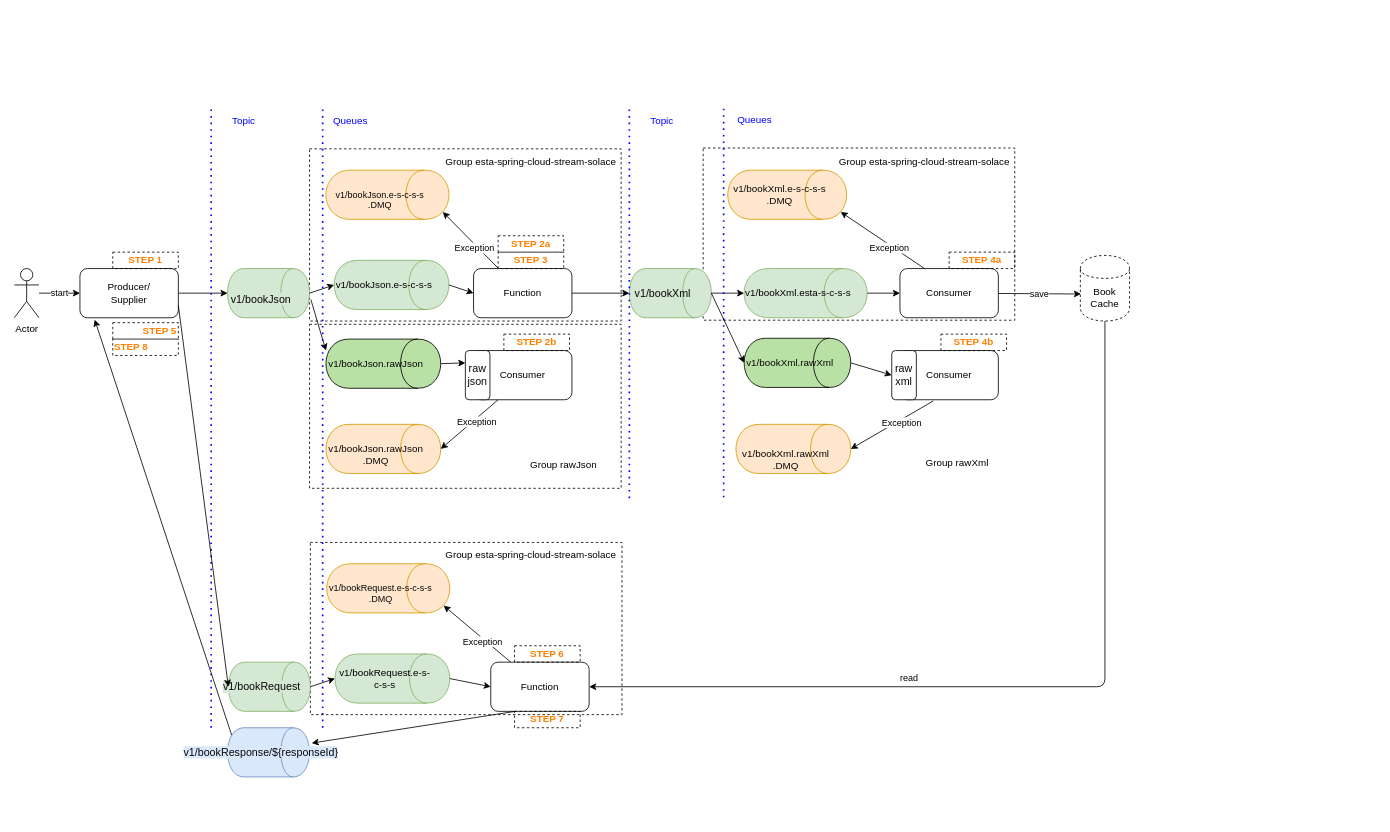
Earlier version of the draw.io diagram ApplicationOverview.drawio (kguelseven/esta-spring-cloud-stream). Source tidied: cells renumbered, new cells numbered last; positions are measured from the earlier drawing's top-left corner, leaving out a move shared by most shapes. Both pictures are drawn from the tidied source at 82%, with x=0, y=0 at pixel (14, 103).
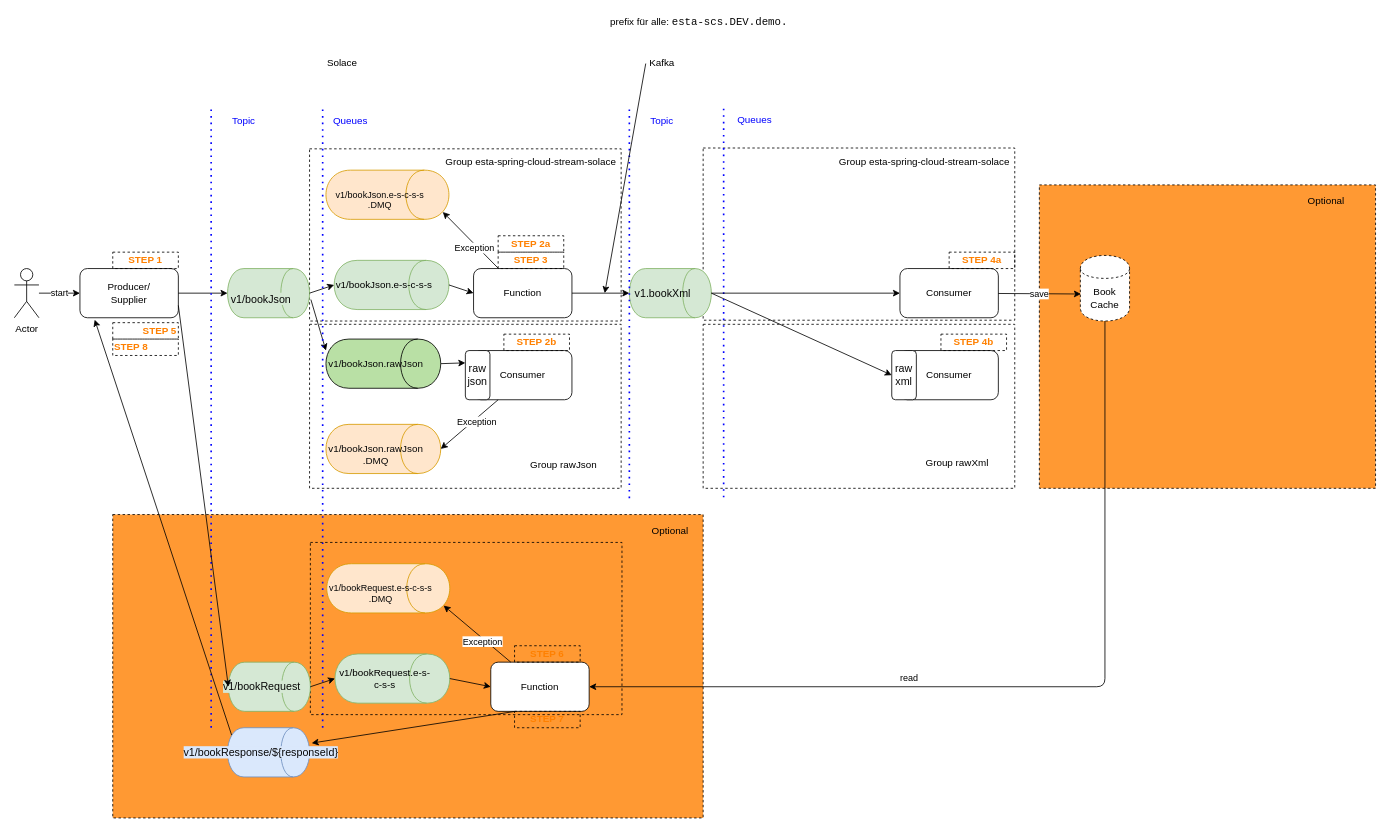
The same page after the edit.

Unchanged cells that the change refers to:
```xml
<mxCell id="20" value="Consumer" style="rounded=1;whiteSpace=wrap;html=1;" parent="1" vertex="1">
  <mxGeometry x="1080" y="201" width="120" height="60" as="geometry" />
</mxCell>
<mxCell id="23" value="Consumer" style="rounded=1;whiteSpace=wrap;html=1;" parent="22" vertex="1">
  <mxGeometry x="10" width="120" height="60" as="geometry" />
</mxCell>
<mxCell id="24" value="&lt;pre style=&quot;color: rgb(8 , 8 , 8) ; font-family: &amp;#34;jetbrains mono&amp;#34; ; font-size: 9.8pt&quot;&gt;raw&lt;br&gt;xml&lt;/pre&gt;" style="rounded=1;whiteSpace=wrap;html=1;direction=south;" parent="22" vertex="1">
  <mxGeometry width="30" height="60" as="geometry" />
</mxCell>
```

Diff of the diagram source:
```diff
@@
+    <mxCell id="84" value="&lt;h1&gt;&lt;br&gt;&lt;/h1&gt;" style="text;html=1;spacing=5;spacingTop=-20;whiteSpace=wrap;overflow=hidden;rounded=0;strokeColor=#000000;dashed=1;fillColor=#FF9933;" parent="1" vertex="1">
+      <mxGeometry x="1250" y="99" width="410" height="370" as="geometry" />
+    </mxCell>
+    <mxCell id="85" value="Optional" style="text;html=1;strokeColor=none;fillColor=none;align=center;verticalAlign=middle;whiteSpace=wrap;rounded=0;" parent="1" vertex="1">
+      <mxGeometry x="1580" y="109" width="40" height="20" as="geometry" />
+    </mxCell>
+    <mxCell id="86" value="&lt;h1&gt;&lt;br&gt;&lt;/h1&gt;" style="text;html=1;fillColor=none;spacing=5;spacingTop=-20;whiteSpace=wrap;overflow=hidden;rounded=0;strokeColor=#000000;dashed=1;" parent="1" vertex="1">
+      <mxGeometry x="840" y="269" width="380" height="200" as="geometry" />
+    </mxCell>
+    <mxCell id="87" value="&lt;h1&gt;&lt;br&gt;&lt;/h1&gt;" style="text;html=1;spacing=5;spacingTop=-20;whiteSpace=wrap;overflow=hidden;rounded=0;strokeColor=#000000;dashed=1;fillColor=#FF9933;" parent="1" vertex="1">
+      <mxGeometry x="120" y="501" width="720" height="370" as="geometry" />
+    </mxCell>
@@
-    <mxCell id="4" value="&lt;p style=&quot;font-style: normal ; font-weight: 400 ; letter-spacing: normal ; text-align: center ; text-indent: 0px ; text-transform: none ; word-spacing: 0px ; color: rgb(8 , 8 , 8) ; font-family: &amp;#34;jetbrains mono&amp;#34;&quot;&gt;v1/bookXml.e-s-c-s-s&lt;br&gt;.DMQ&lt;/p&gt;" style="shape=cylinder;whiteSpace=wrap;html=1;boundedLbl=1;backgroundOutline=1;direction=south;fillColor=#ffe6cc;strokeColor=#d79b00;" parent="1" vertex="1">
-      <mxGeometry x="870" y="81" width="145" height="60" as="geometry" />
-    </mxCell>
@@
-    <mxCell id="18" value="&lt;span style=&quot;color: rgb(8 , 8 , 8) ; font-family: &amp;#34;jetbrains mono&amp;#34; ; font-size: 9.8pt&quot;&gt;v1/bookXml&lt;/span&gt;" style="shape=cylinder;whiteSpace=wrap;html=1;boundedLbl=1;backgroundOutline=1;direction=south;fillColor=#d5e8d4;strokeColor=#82b366;" parent="1" vertex="1">
+    <mxCell id="18" value="&lt;span style=&quot;color: rgb(8 , 8 , 8) ; font-family: &amp;#34;jetbrains mono&amp;#34; ; font-size: 9.8pt&quot;&gt;v1.bookXml&lt;/span&gt;" style="shape=cylinder;whiteSpace=wrap;html=1;boundedLbl=1;backgroundOutline=1;direction=south;fillColor=#d5e8d4;strokeColor=#82b366;" parent="1" vertex="1">
       <mxGeometry x="750" y="201" width="100" height="60" as="geometry" />
     </mxCell>
@@
-    <mxCell id="21" style="endArrow=classic;html=1;exitX=0.5;exitY=0;exitDx=0;exitDy=0;entryX=0.5;entryY=1;entryDx=0;entryDy=0;" parent="1" edge="1" source="18" target="37">
-      <mxGeometry relative="1" as="geometry" />
-    </mxCell>
@@
-    <mxCell id="25" style="endArrow=classic;html=1;entryX=0.5;entryY=1;entryDx=0;entryDy=0;exitX=0.5;exitY=0;exitDx=0;exitDy=0;" parent="1" edge="1" source="34" target="24">
-      <mxGeometry relative="1" as="geometry" />
+    <mxCell id="25" style="endArrow=classic;html=1;entryX=0.5;entryY=1;entryDx=0;entryDy=0;" parent="1" edge="1" target="24">
+      <mxGeometry relative="1" as="geometry">
+        <mxPoint x="850" y="231" as="sourcePoint" />
+      </mxGeometry>
     </mxCell>
-    <mxCell id="26" value="&lt;p&gt;&lt;font style=&quot;font-size: 12px&quot;&gt;&lt;br&gt;&lt;/font&gt;&lt;/p&gt;&lt;p&gt;&lt;font style=&quot;font-size: 12px&quot;&gt;&lt;span style=&quot;color: rgb(8 , 8 , 8) ; font-family: &amp;#34;jetbrains mono&amp;#34;&quot;&gt;v1/bookXml.rawXml&lt;br&gt;.&lt;/span&gt;&lt;/font&gt;&lt;span style=&quot;color: rgb(8 , 8 , 8) ; font-family: &amp;#34;jetbrains mono&amp;#34;&quot;&gt;DMQ&lt;/span&gt;&lt;/p&gt;" style="shape=cylinder;whiteSpace=wrap;html=1;boundedLbl=1;backgroundOutline=1;direction=south;fillColor=#ffe6cc;strokeColor=#d79b00;" parent="1" vertex="1">
-      <mxGeometry x="880" y="391" width="140" height="60" as="geometry" />
-    </mxCell>
@@
-    <mxCell id="34" value="&lt;p&gt;&lt;font style=&quot;font-size: 12px&quot;&gt;&lt;span style=&quot;color: rgb(8 , 8 , 8) ; font-family: &amp;#34;jetbrains mono&amp;#34;&quot;&gt;v1/bookXml.rawXml&lt;/span&gt;&lt;/font&gt;&lt;/p&gt;" style="shape=cylinder;whiteSpace=wrap;html=1;boundedLbl=1;backgroundOutline=1;direction=south;fillColor=#B9E0A5;" parent="1" vertex="1">
-      <mxGeometry x="890" y="286" width="130" height="60" as="geometry" />
-    </mxCell>
@@
-    <mxCell id="37" value="&lt;p&gt;v1/bookXml.esta-s-c-s-s&lt;/p&gt;" style="shape=cylinder;whiteSpace=wrap;html=1;boundedLbl=1;backgroundOutline=1;direction=south;fillColor=#d5e8d4;strokeColor=#82b366;" parent="1" vertex="1">
-      <mxGeometry x="890" y="201" width="150" height="60" as="geometry" />
-    </mxCell>
-    <mxCell id="38" style="endArrow=classic;html=1;entryX=0.5;entryY=0;entryDx=0;entryDy=0;exitX=0.339;exitY=1.024;exitDx=0;exitDy=0;exitPerimeter=0;" parent="1" edge="1" source="23" target="26">
-      <mxGeometry relative="1" as="geometry" />
-    </mxCell>
-    <mxCell id="39" value="Exception" style="edgeLabel;html=1;align=center;verticalAlign=middle;" parent="38" vertex="1">
-      <mxGeometry x="-0.19" y="3" relative="1" as="geometry" />
-    </mxCell>
-    <mxCell id="40" style="endArrow=classic;html=1;entryX=0.85;entryY=0.05;entryDx=0;entryDy=0;exitX=0.25;exitY=0;exitDx=0;exitDy=0;entryPerimeter=0;" parent="1" edge="1" source="20" target="4">
-      <mxGeometry relative="1" as="geometry" />
-    </mxCell>
-    <mxCell id="41" value="Exception" style="edgeLabel;html=1;align=center;verticalAlign=middle;" parent="40" vertex="1">
-      <mxGeometry x="-0.19" y="3" relative="1" as="geometry" />
-    </mxCell>
@@
-    <mxCell id="56" style="endArrow=classic;html=1;entryX=0.5;entryY=1;entryDx=0;entryDy=0;exitX=0.5;exitY=0;exitDx=0;exitDy=0;" parent="1" edge="1" source="18" target="34">
-      <mxGeometry relative="1" as="geometry" />
-    </mxCell>
-    <mxCell id="57" style="endArrow=classic;html=1;entryX=0;entryY=0.5;entryDx=0;entryDy=0;exitX=0.5;exitY=0;exitDx=0;exitDy=0;" parent="1" edge="1" source="37" target="20">
+    <mxCell id="57" style="endArrow=classic;html=1;entryX=0;entryY=0.5;entryDx=0;entryDy=0;" parent="1" edge="1" source="18" target="20">
       <mxGeometry relative="1" as="geometry" />
     </mxCell>
@@
-    <mxCell id="83" value="Group esta-spring-cloud-stream-solace" style="text;html=1;strokeColor=none;fillColor=none;align=center;verticalAlign=middle;whiteSpace=wrap;rounded=0;" parent="1" vertex="1">
-      <mxGeometry x="520" y="541" width="220" height="20" as="geometry" />
-    </mxCell>
+    <mxCell id="88" value="Kafka" style="text;html=1;strokeColor=none;fillColor=none;align=center;verticalAlign=middle;whiteSpace=wrap;rounded=0;" parent="1" vertex="1">
+      <mxGeometry x="770" y="-59" width="40" height="20" as="geometry" />
+    </mxCell>
+    <mxCell id="89" value="Optional" style="text;html=1;strokeColor=none;fillColor=none;align=center;verticalAlign=middle;whiteSpace=wrap;rounded=0;" parent="1" vertex="1">
+      <mxGeometry x="780" y="511" width="40" height="20" as="geometry" />
+    </mxCell>
+    <mxCell id="90" value="Solace" style="text;html=1;strokeColor=none;fillColor=none;align=center;verticalAlign=middle;whiteSpace=wrap;rounded=0;" parent="1" vertex="1">
+      <mxGeometry x="380" y="-59" width="40" height="20" as="geometry" />
+    </mxCell>
+    <mxCell id="91" value="prefix für alle:&amp;nbsp;&lt;span style=&quot;color: rgb(8 , 8 , 8) ; font-family: &amp;#34;jetbrains mono&amp;#34; , monospace ; font-size: 9.8pt&quot;&gt;esta-scs.DEV.&lt;/span&gt;&lt;span style=&quot;color: rgb(8 , 8 , 8) ; font-family: &amp;#34;jetbrains mono&amp;#34; , monospace ; font-size: 9.8pt&quot;&gt;demo.&lt;/span&gt;" style="text;html=1;strokeColor=none;fillColor=none;align=center;verticalAlign=middle;whiteSpace=wrap;rounded=0;" parent="1" vertex="1">
+      <mxGeometry x="630" y="-109" width="410" height="20" as="geometry" />
+    </mxCell>
+    <mxCell id="92" style="endArrow=classic;html=1;exitX=0;exitY=0.5;exitDx=0;exitDy=0;" parent="1" edge="1" source="88">
+      <mxGeometry relative="1" as="geometry">
+        <mxPoint x="720" y="231" as="targetPoint" />
+      </mxGeometry>
+    </mxCell>
```
